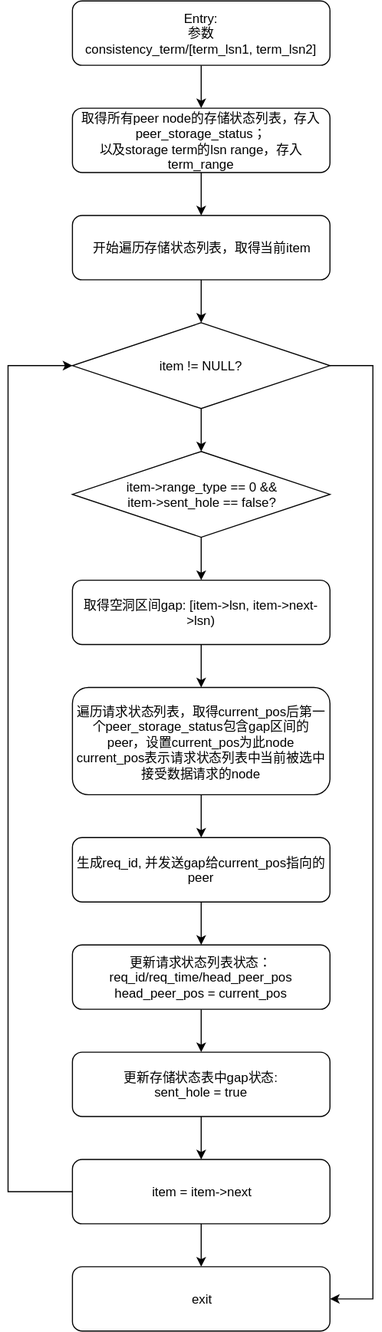
Above: attachments/1629428465960.drawio.svg in simbahebinbo/smallfat.github.io (draw.io), before the change. Source tidied: cells renumbered, new cells last; positions are measured from the earlier drawing's top-left corner, leaving out a move shared by most shapes.
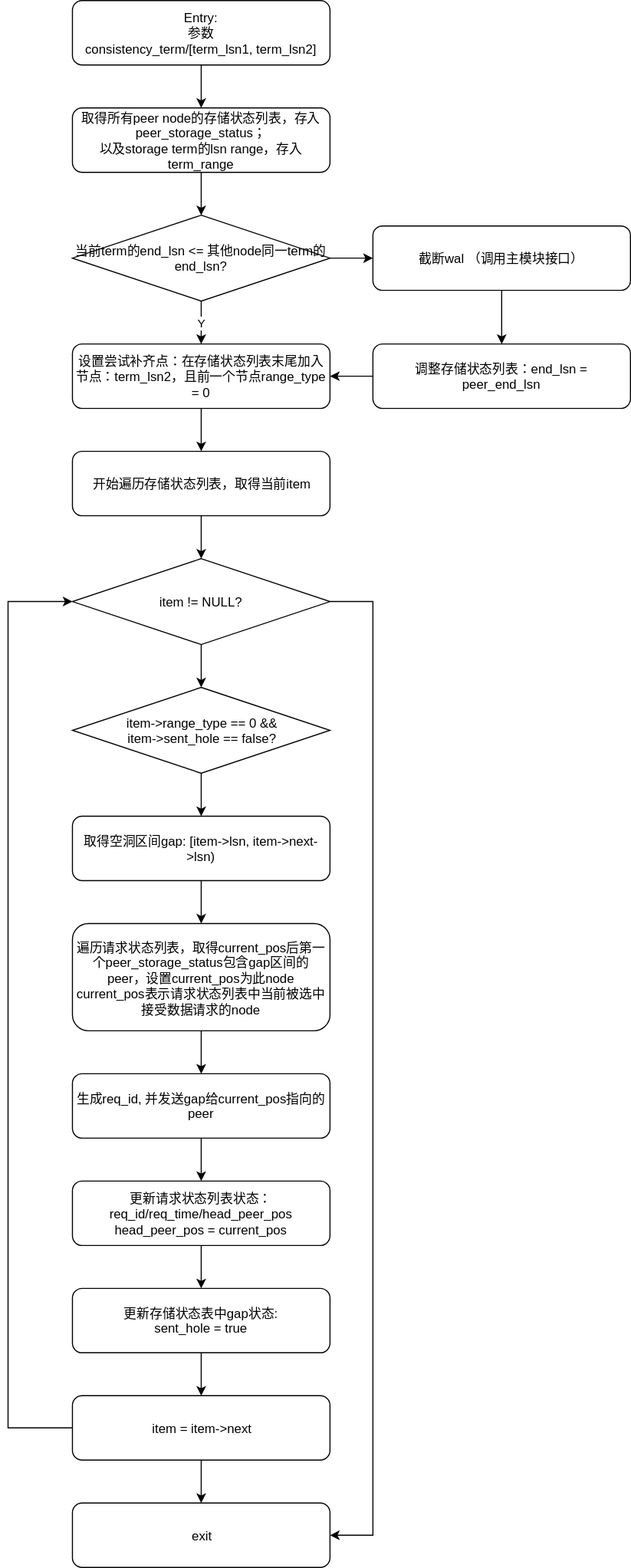
Later version of the same file.

Commit message:
添加附件 : attachments/1629428465960.drawio.svg

Change to the diagram source:
```diff
@@ -2,11 +2,11 @@
   <root>
     <mxCell id="0" />
     <mxCell id="1" parent="0" />
-    <mxCell id="2" style="edgeStyle=orthogonalEdgeStyle;rounded=0;jettySize=auto;html=1;" parent="1" edge="1" source="3" target="5">
-      <mxGeometry relative="1" as="geometry" />
-    </mxCell>
+    <mxCell id="27" style="edgeStyle=orthogonalEdgeStyle;rounded=0;jettySize=auto;html=1;" parent="1" edge="1" source="3" target="2">
+      <mxGeometry relative="1" as="geometry" />
+    </mxCell>
     <mxCell id="3" value="取得所有peer node的存储状态列表，存入peer_storage_status；&lt;br&gt;以及storage term的lsn range，存入term_range" style="rounded=1;whiteSpace=wrap;html=1;" parent="1" vertex="1">
-      <mxGeometry x="60" y="100" width="240" height="60" as="geometry" />
+      <mxGeometry x="60" y="-120" width="240" height="60" as="geometry" />
     </mxCell>
     <mxCell id="4" style="edgeStyle=orthogonalEdgeStyle;rounded=0;jettySize=auto;html=1;" parent="1" edge="1" source="5" target="14">
       <mxGeometry relative="1" as="geometry" />
@@ -87,7 +87,34 @@
       <mxGeometry relative="1" as="geometry" />
     </mxCell>
     <mxCell id="26" value="Entry: &lt;br&gt;参数 &lt;br&gt;consistency_term/[term_lsn1, term_lsn2]" style="rounded=1;whiteSpace=wrap;html=1;" parent="1" vertex="1">
-      <mxGeometry x="60" width="240" height="60" as="geometry" />
+      <mxGeometry x="60" y="-220" width="240" height="60" as="geometry" />
     </mxCell>
+    <mxCell id="28" value="Y" style="edgeStyle=orthogonalEdgeStyle;rounded=0;jettySize=auto;html=1;" parent="1" edge="1" source="2" target="31">
+      <mxGeometry relative="1" as="geometry" />
+    </mxCell>
+    <mxCell id="29" style="edgeStyle=orthogonalEdgeStyle;rounded=0;jettySize=auto;html=1;" parent="1" edge="1" source="2" target="33">
+      <mxGeometry relative="1" as="geometry" />
+    </mxCell>
+    <mxCell id="2" value="当前term的end_lsn &amp;lt;= 其他node同一term的end_lsn?" style="rhombus;whiteSpace=wrap;html=1;" parent="1" vertex="1">
+      <mxGeometry x="60" y="-20" width="240" height="80" as="geometry" />
+    </mxCell>
+    <mxCell id="30" style="edgeStyle=orthogonalEdgeStyle;rounded=0;jettySize=auto;html=1;" parent="1" edge="1" source="31" target="5">
+      <mxGeometry relative="1" as="geometry" />
+    </mxCell>
+    <mxCell id="31" value="设置尝试补齐点：在存储状态列表末尾加入节点：term_lsn2，且前一个节点range_type = 0" style="rounded=1;whiteSpace=wrap;html=1;" parent="1" vertex="1">
+      <mxGeometry x="60" y="100" width="240" height="60" as="geometry" />
+    </mxCell>
+    <mxCell id="32" style="edgeStyle=orthogonalEdgeStyle;rounded=0;jettySize=auto;html=1;" parent="1" edge="1" source="33" target="35">
+      <mxGeometry relative="1" as="geometry" />
+    </mxCell>
+    <mxCell id="33" value="截断wal （调用主模块接口）" style="rounded=1;whiteSpace=wrap;html=1;" parent="1" vertex="1">
+      <mxGeometry x="340" y="-10" width="240" height="60" as="geometry" />
+    </mxCell>
+    <mxCell id="34" style="edgeStyle=orthogonalEdgeStyle;rounded=0;jettySize=auto;html=1;" parent="1" edge="1" source="35" target="31">
+      <mxGeometry relative="1" as="geometry" />
+    </mxCell>
+    <mxCell id="35" value="调整存储状态列表：end_lsn = peer_end_lsn" style="rounded=1;whiteSpace=wrap;html=1;" parent="1" vertex="1">
+      <mxGeometry x="340" y="100" width="240" height="60" as="geometry" />
+    </mxCell>
   </root>
 </mxGraphModel>
```
